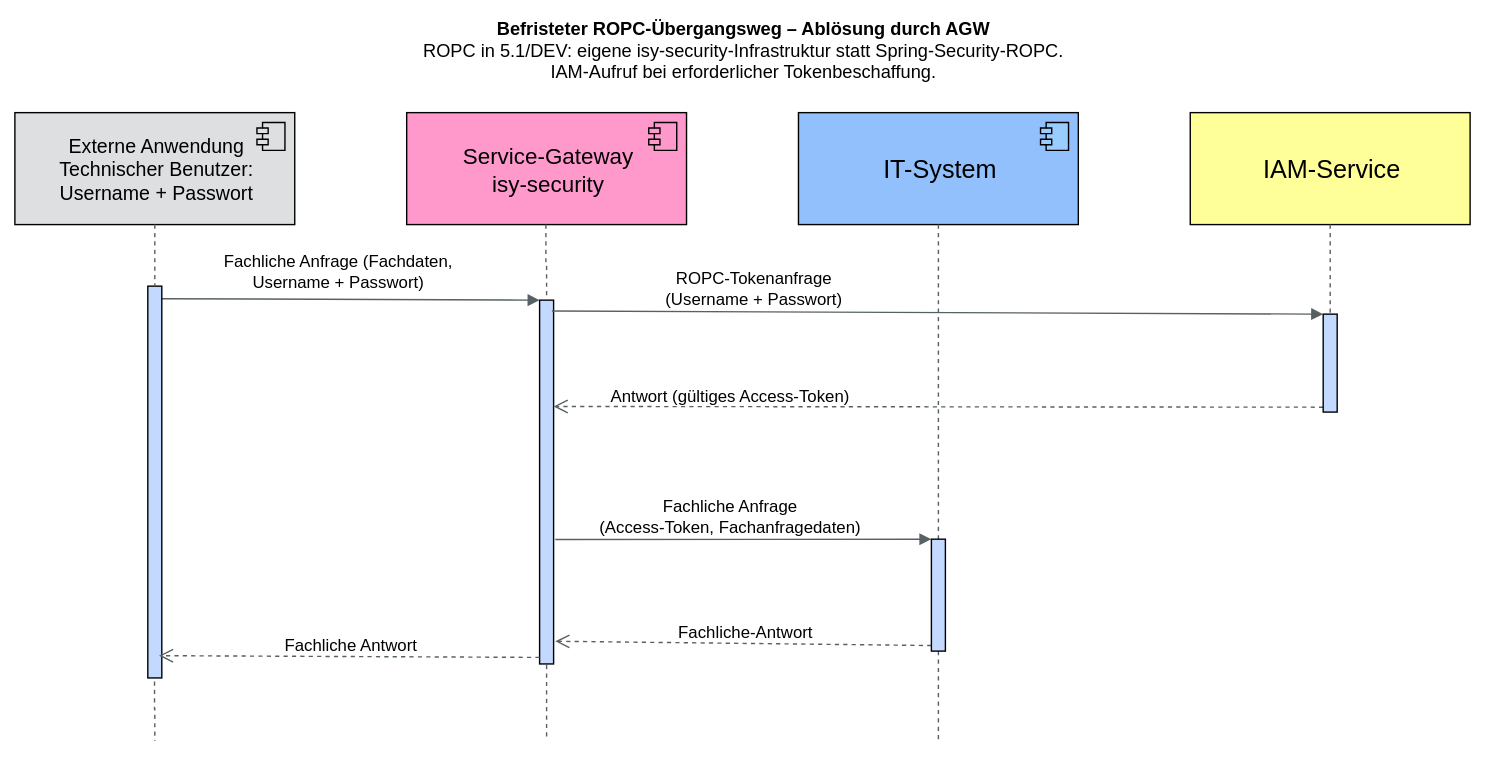
This is docs/modules/ROOT/images/konzept/Squenzdiagramm_ServiceGateway_ohne_AuthGateway.dn.svg from IsyFact/isy-security, a draw.io export, as it was before one commit. Source tidied: cells renumbered, new cells last; positions are measured from the earlier drawing's top-left corner, leaving out a move shared by most shapes.
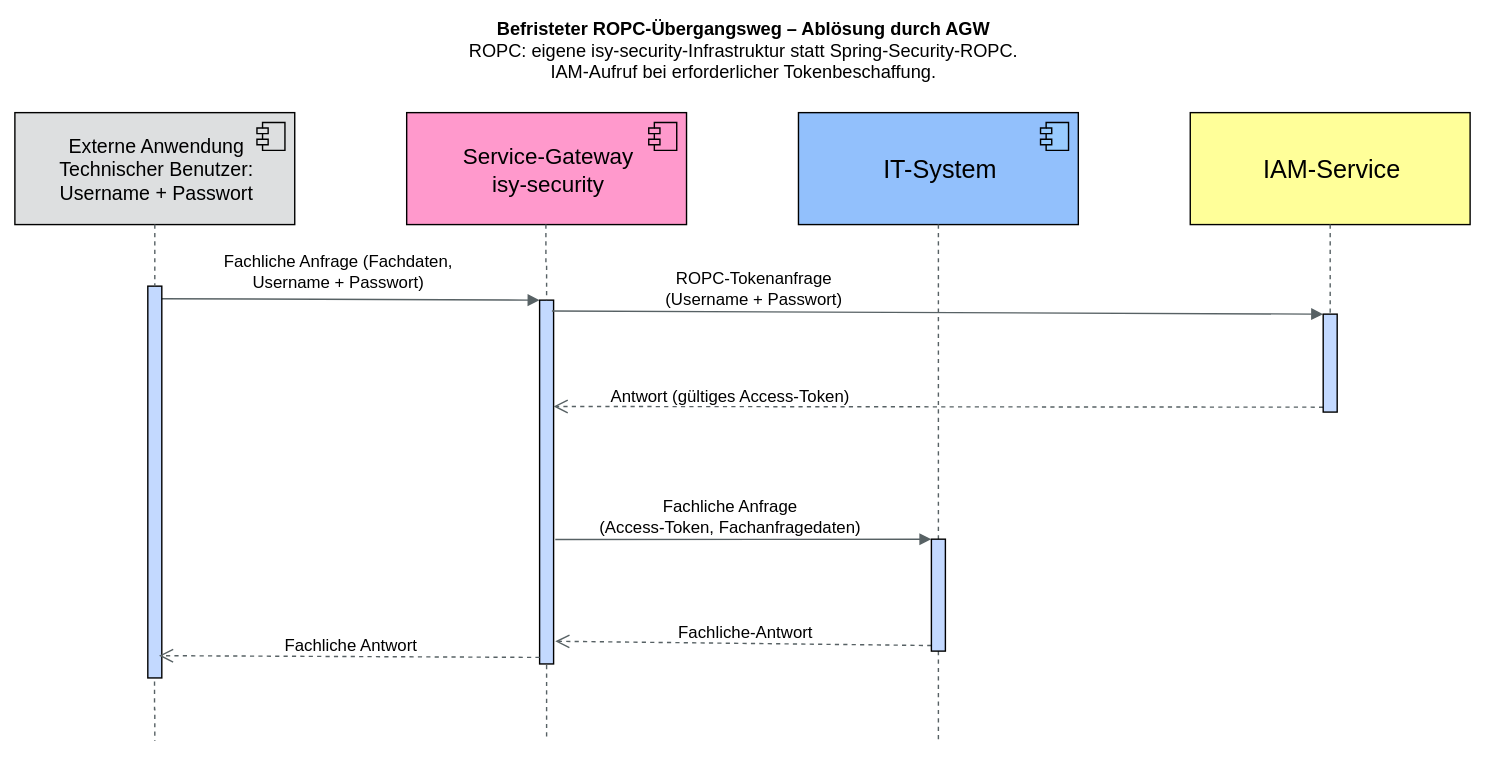
The same diagram one commit later.

The edit, as a diff of the source:
```diff
@@ -102,7 +102,7 @@
     <mxCell id="25" style="html=1;points=[];perimeter=orthogonalPerimeter;fontSize=12;" parent="1" vertex="1">
       <mxGeometry x="655" y="374.8" width="10" height="80" as="geometry" />
     </mxCell>
-    <mxCell id="26" value="&lt;b&gt;Befristeter ROPC-Übergangsweg – Ablösung durch AGW&lt;/b&gt;&lt;br&gt;ROPC in 5.1/DEV: eigene isy-security-Infrastruktur statt Spring-Security-ROPC.&lt;br&gt;IAM-Aufruf bei erforderlicher Tokenbeschaffung." style="text;html=1;whiteSpace=wrap;align=center;verticalAlign=middle;fontFamily=Arial;fontSize=13;fontColor=#000000;" parent="1" vertex="1">
+    <mxCell id="26" value="&lt;b&gt;Befristeter ROPC-Übergangsweg – Ablösung durch AGW&lt;/b&gt;&lt;br&gt;ROPC: eigene isy-security-Infrastruktur statt Spring-Security-ROPC.&lt;br&gt;IAM-Aufruf bei erforderlicher Tokenbeschaffung." style="text;html=1;whiteSpace=wrap;align=center;verticalAlign=middle;fontFamily=Arial;fontSize=13;fontColor=#000000;" parent="1" vertex="1">
       <mxGeometry width="1040" height="50" as="geometry" />
     </mxCell>
   </root>
```
